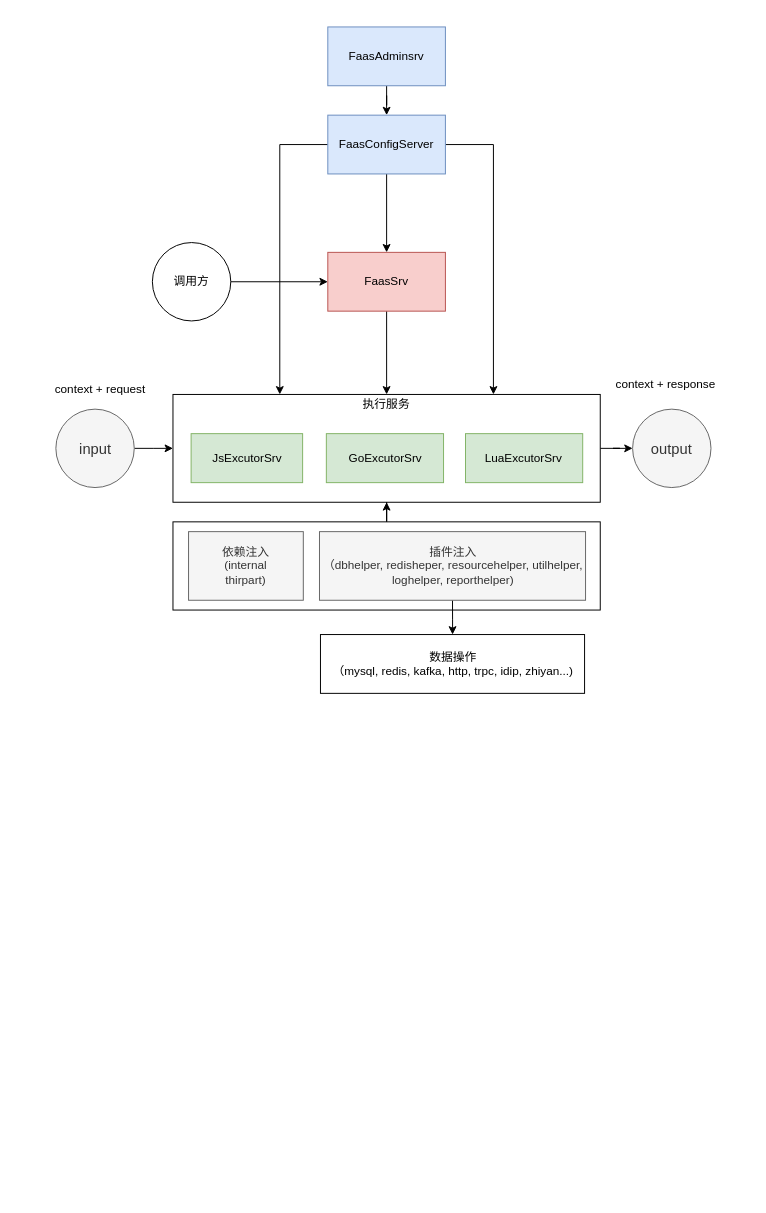
axtrur/resource keeps this draw.io diagram as faas.drawio. Above is the earlier version. Source tidied: cells renumbered, new cells numbered last; positions are measured from the earlier drawing's top-left corner, leaving out a move shared by most shapes. Both pictures are drawn from the tidied source at 98%, with x=0, y=0 at pixel (17, 26).
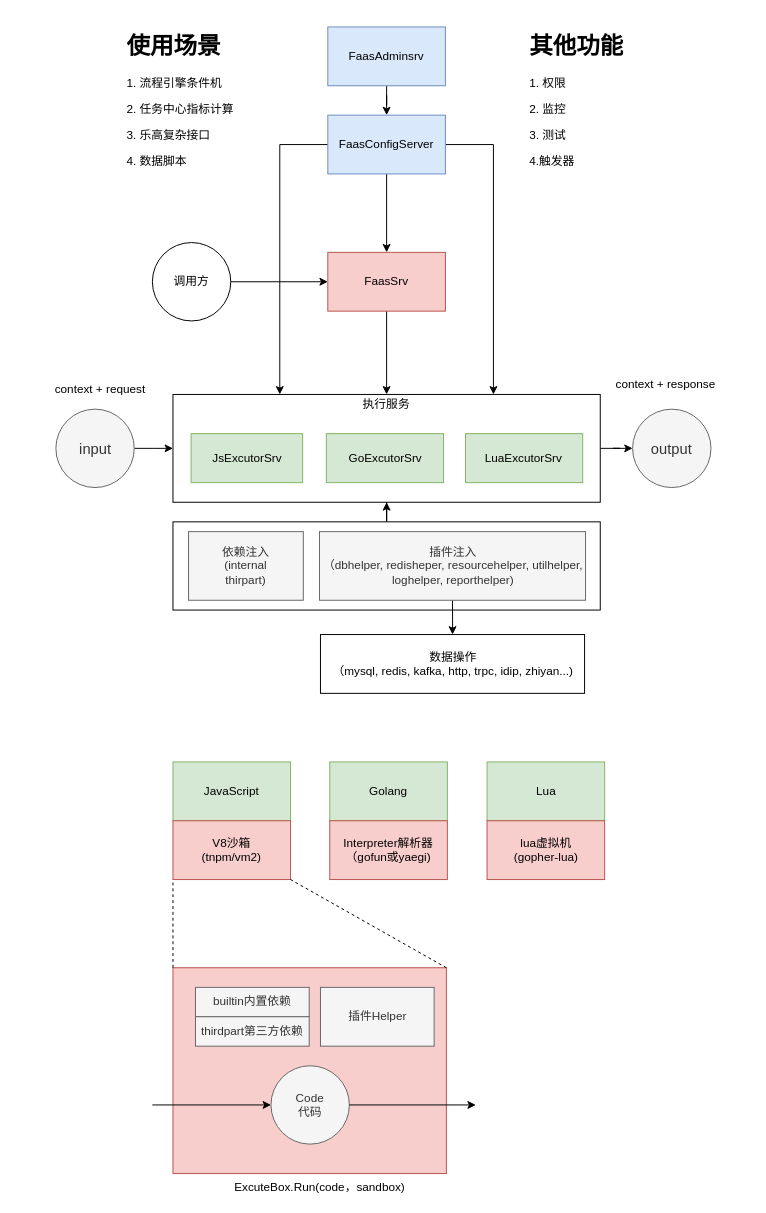
The same diagram, later.

Change to the diagram source:
```diff
@@
+    <mxCell id="29" value="JavaScript" style="rounded=0;whiteSpace=wrap;html=1;fillColor=#d5e8d4;strokeColor=#82b366;" parent="1" vertex="1">
+      <mxGeometry x="159" y="750" width="120" height="60" as="geometry" />
+    </mxCell>
+    <mxCell id="30" value="Golang" style="rounded=0;whiteSpace=wrap;html=1;fillColor=#d5e8d4;strokeColor=#82b366;" parent="1" vertex="1">
+      <mxGeometry x="319" y="750" width="120" height="60" as="geometry" />
+    </mxCell>
+    <mxCell id="31" value="Lua" style="rounded=0;whiteSpace=wrap;html=1;fillColor=#d5e8d4;strokeColor=#82b366;" parent="1" vertex="1">
+      <mxGeometry x="479.5" y="750" width="120" height="60" as="geometry" />
+    </mxCell>
+    <mxCell id="32" style="group;" parent="1" vertex="1">
+      <mxGeometry x="159" y="810" width="440.5" height="60" as="geometry" />
+    </mxCell>
+    <mxCell id="33" value="V8沙箱&lt;br&gt;(tnpm/vm2)" style="rounded=0;whiteSpace=wrap;html=1;fillColor=#f8cecc;strokeColor=#b85450;" parent="32" vertex="1">
+      <mxGeometry width="120" height="60" as="geometry" />
+    </mxCell>
+    <mxCell id="34" value="Interpreter解析器&lt;br&gt;（gofun或yaegi)" style="rounded=0;whiteSpace=wrap;html=1;fillColor=#f8cecc;strokeColor=#b85450;" parent="32" vertex="1">
+      <mxGeometry x="160" width="120" height="60" as="geometry" />
+    </mxCell>
+    <mxCell id="35" value="lua虚拟机&lt;br&gt;(gopher-lua)" style="rounded=0;whiteSpace=wrap;html=1;fillColor=#f8cecc;strokeColor=#b85450;" parent="32" vertex="1">
+      <mxGeometry x="320.5" width="120" height="60" as="geometry" />
+    </mxCell>
+    <mxCell id="36" value="&lt;h1&gt;其他功能&lt;/h1&gt;&lt;p&gt;1. 权限&lt;/p&gt;&lt;p&gt;2. 监控&lt;/p&gt;&lt;p&gt;3. 测试&lt;/p&gt;&lt;p&gt;4.触发器&lt;/p&gt;" style="text;html=1;strokeColor=none;fillColor=none;spacing=5;spacingTop=-20;whiteSpace=wrap;overflow=hidden;rounded=0;" parent="1" vertex="1">
+      <mxGeometry x="518" width="190" height="150" as="geometry" />
+    </mxCell>
+    <mxCell id="37" value="&lt;h1&gt;使用场景&lt;/h1&gt;&lt;p&gt;1. 流程引擎条件机&lt;/p&gt;&lt;p&gt;2. 任务中心指标计算&lt;/p&gt;&lt;p&gt;3. 乐高复杂接口&lt;/p&gt;&lt;p&gt;4. 数据脚本&lt;/p&gt;" style="text;html=1;strokeColor=none;fillColor=none;spacing=5;spacingTop=-20;whiteSpace=wrap;overflow=hidden;rounded=0;" parent="1" vertex="1">
+      <mxGeometry x="107" width="149" height="150" as="geometry" />
+    </mxCell>
+    <mxCell id="38" style="rounded=0;whiteSpace=wrap;html=1;fillColor=#f8cecc;strokeColor=#b85450;" parent="1" vertex="1">
+      <mxGeometry x="159" y="960" width="279" height="210" as="geometry" />
+    </mxCell>
+    <mxCell id="39" value="ExcuteBox.Run(code，sandbox)" style="text;html=1;strokeColor=none;fillColor=none;align=center;verticalAlign=middle;whiteSpace=wrap;rounded=0;" parent="1" vertex="1">
+      <mxGeometry x="218" y="1174" width="182" height="20" as="geometry" />
+    </mxCell>
+    <mxCell id="40" value="builtin内置依赖" style="rounded=0;whiteSpace=wrap;html=1;fillColor=#f5f5f5;strokeColor=#666666;fontColor=#333333;" parent="1" vertex="1">
+      <mxGeometry x="182" y="980" width="116" height="30" as="geometry" />
+    </mxCell>
+    <mxCell id="41" value="thirdpart第三方依赖" style="rounded=0;whiteSpace=wrap;html=1;fillColor=#f5f5f5;strokeColor=#666666;fontColor=#333333;" parent="1" vertex="1">
+      <mxGeometry x="182" y="1010" width="116" height="30" as="geometry" />
+    </mxCell>
+    <mxCell id="42" value="插件Helper" style="rounded=0;whiteSpace=wrap;html=1;fillColor=#f5f5f5;strokeColor=#666666;fontColor=#333333;" parent="1" vertex="1">
+      <mxGeometry x="309.5" y="980" width="116" height="60" as="geometry" />
+    </mxCell>
+    <mxCell id="43" value="Code&lt;br&gt;代码" style="ellipse;whiteSpace=wrap;html=1;fillColor=#f5f5f5;strokeColor=#666666;fontColor=#333333;" parent="1" vertex="1">
+      <mxGeometry x="259" y="1060" width="80" height="80" as="geometry" />
+    </mxCell>
+    <mxCell id="44" style="endArrow=classic;html=1;entryX=0;entryY=0.5;entryDx=0;entryDy=0;" parent="1" edge="1" target="43">
+      <mxGeometry relative="1" as="geometry">
+        <mxPoint x="138" y="1100" as="sourcePoint" />
+      </mxGeometry>
+    </mxCell>
+    <mxCell id="45" style="endArrow=classic;html=1;exitX=1;exitY=0.5;exitDx=0;exitDy=0;" parent="1" edge="1" source="43">
+      <mxGeometry relative="1" as="geometry">
+        <mxPoint x="468" y="1100" as="targetPoint" />
+      </mxGeometry>
+    </mxCell>
+    <mxCell id="46" style="endArrow=none;dashed=1;html=1;entryX=0;entryY=1;entryDx=0;entryDy=0;exitX=0;exitY=0;exitDx=0;exitDy=0;" parent="1" edge="1" source="38" target="33">
+      <mxGeometry relative="1" as="geometry" />
+    </mxCell>
+    <mxCell id="47" style="endArrow=none;dashed=1;html=1;entryX=1;entryY=1;entryDx=0;entryDy=0;exitX=1;exitY=0;exitDx=0;exitDy=0;" parent="1" edge="1" source="38" target="33">
+      <mxGeometry relative="1" as="geometry" />
+    </mxCell>
```
